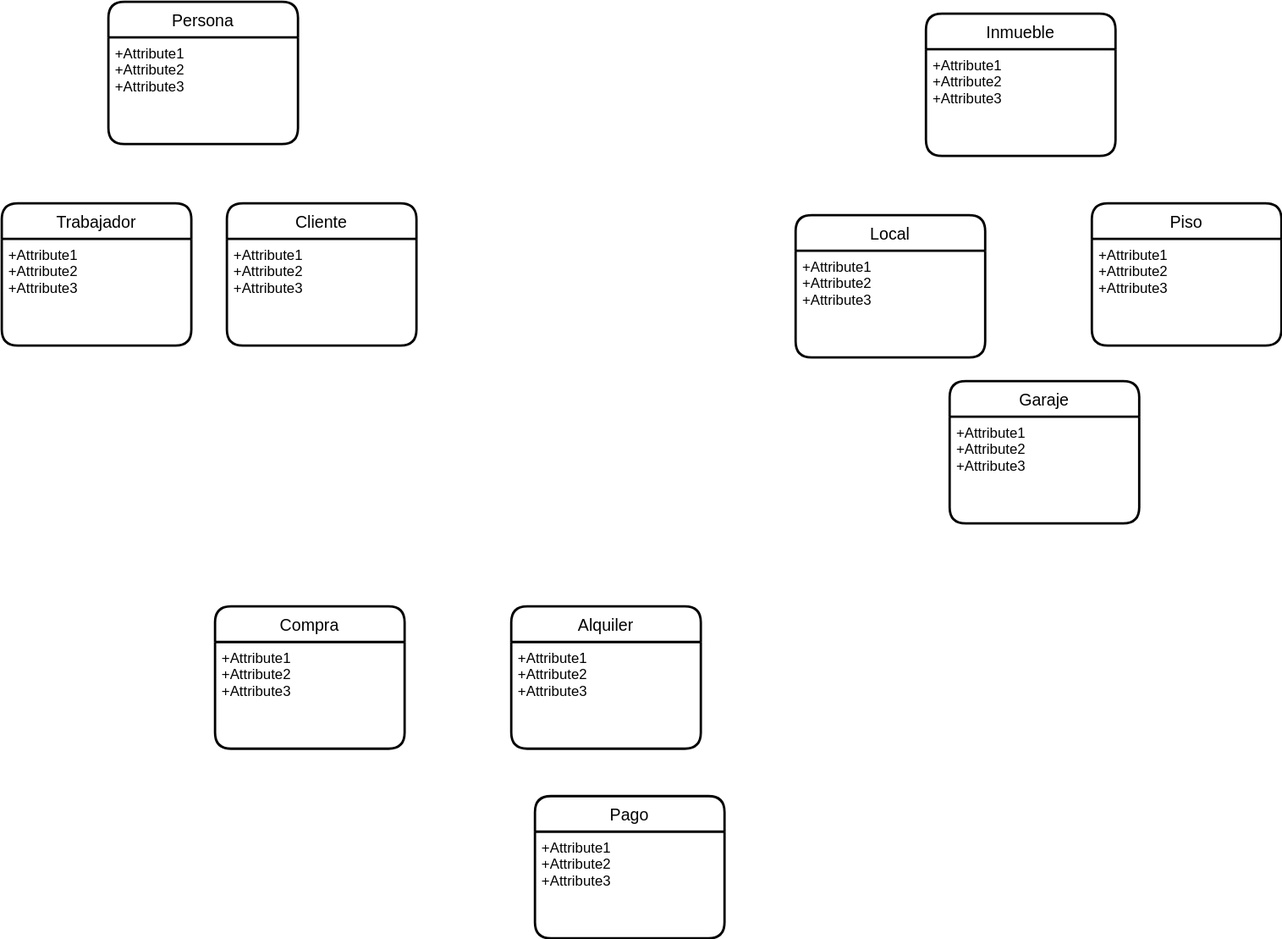
Before: UD12-18.svg, a diagram exported from draw.io (Jimxx22/C3-UD11-UML). Source tidied: cells renumbered, new cells last; positions are measured from the earlier drawing's top-left corner, leaving out a move shared by most shapes.
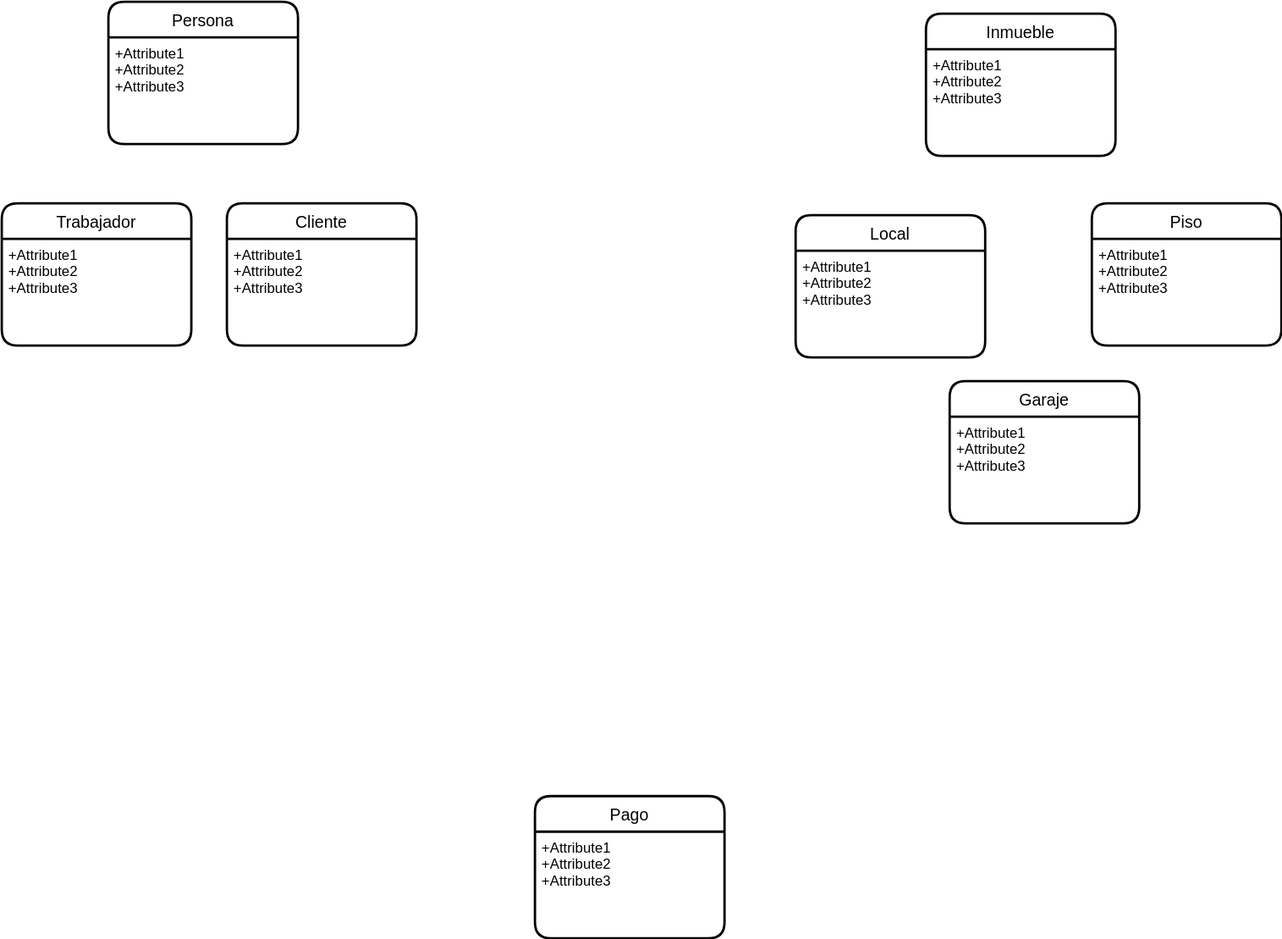
Later version of the same file.

Diff of the diagram source:
```diff
@@ -44,18 +44,6 @@
     <mxCell id="15" value="+Attribute1&#10;+Attribute2&#10;+Attribute3" style="align=left;strokeColor=none;fillColor=none;spacingLeft=4;fontSize=12;verticalAlign=top;" parent="14" vertex="1">
       <mxGeometry y="30" width="160" height="90" as="geometry" />
     </mxCell>
-    <mxCell id="16" value="Compra" style="swimlane;horizontal=1;startSize=30;rounded=1;fontSize=14;fontStyle=0;strokeWidth=2;shadow=0;dashed=0;align=center;" parent="1" vertex="1">
-      <mxGeometry x="180" y="510" width="160" height="120" as="geometry" />
-    </mxCell>
-    <mxCell id="17" value="+Attribute1&#10;+Attribute2&#10;+Attribute3" style="align=left;strokeColor=none;fillColor=none;spacingLeft=4;fontSize=12;verticalAlign=top;" parent="16" vertex="1">
-      <mxGeometry y="30" width="160" height="90" as="geometry" />
-    </mxCell>
-    <mxCell id="18" value="Alquiler" style="swimlane;horizontal=1;startSize=30;rounded=1;fontSize=14;fontStyle=0;strokeWidth=2;shadow=0;dashed=0;align=center;" parent="1" vertex="1">
-      <mxGeometry x="430" y="510" width="160" height="120" as="geometry" />
-    </mxCell>
-    <mxCell id="19" value="+Attribute1&#10;+Attribute2&#10;+Attribute3" style="align=left;strokeColor=none;fillColor=none;spacingLeft=4;fontSize=12;verticalAlign=top;" parent="18" vertex="1">
-      <mxGeometry y="30" width="160" height="90" as="geometry" />
-    </mxCell>
     <mxCell id="20" value="Pago" style="swimlane;horizontal=1;startSize=30;rounded=1;fontSize=14;fontStyle=0;strokeWidth=2;shadow=0;dashed=0;align=center;" parent="1" vertex="1">
       <mxGeometry x="450" y="670" width="160" height="120" as="geometry" />
     </mxCell>
```
